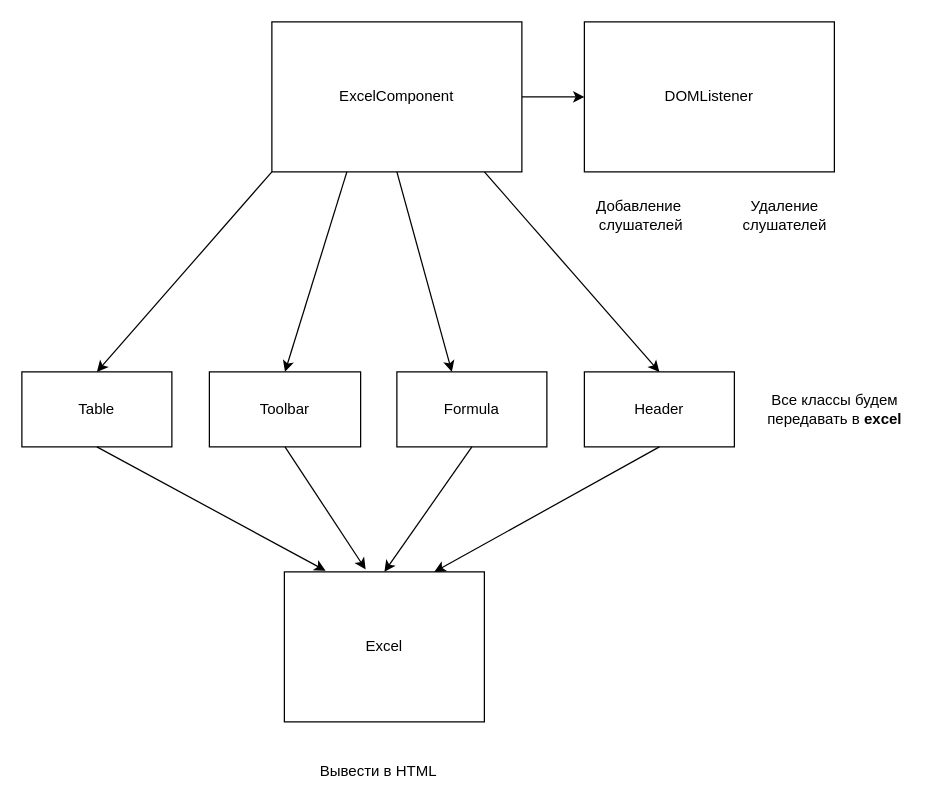
Earlier version of the draw.io diagram Untitled Diagram.drawio (alexdev5/js-vmpractice). Source tidied: cells renumbered, new cells numbered last; positions are measured from the earlier drawing's top-left corner, leaving out a move shared by most shapes. Both pictures are drawn from the tidied source at 125%, with x=0, y=0 at pixel (21, 21).
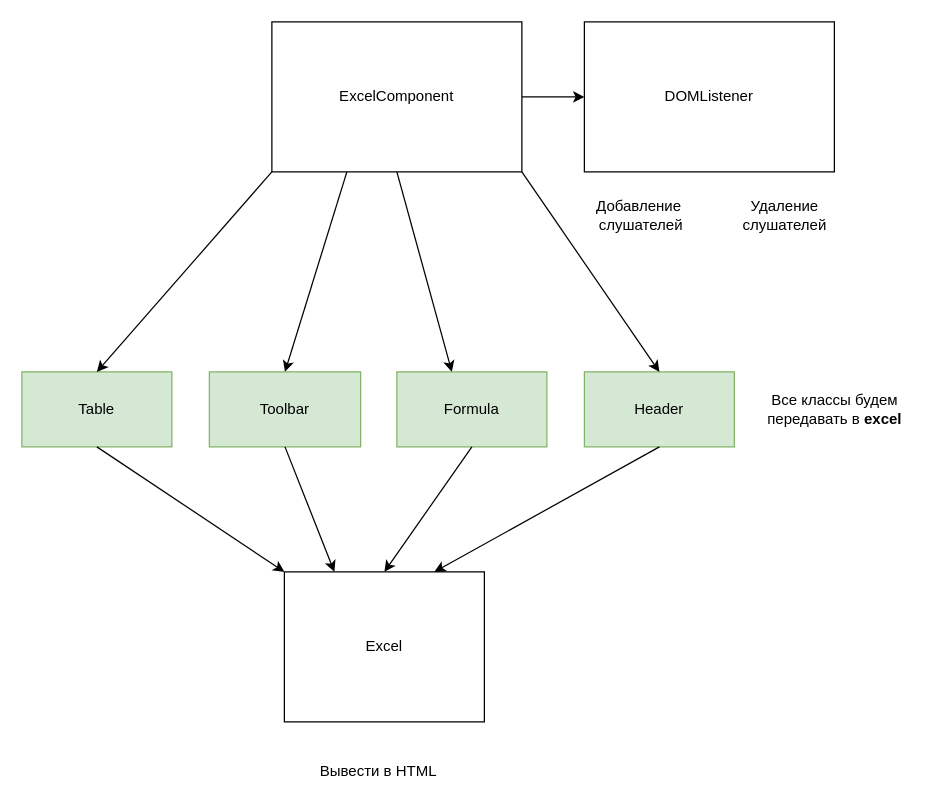
After the change.

The change refers to these unchanged cells:
```xml
<mxCell id="4" value="ExcelComponent" style="rounded=0;whiteSpace=wrap;html=1;shadow=0;sketch=0;glass=0;" parent="1" vertex="1">
  <mxGeometry x="200" width="200" height="120" as="geometry" />
</mxCell>
<mxCell id="15" value="Excel" style="rounded=0;whiteSpace=wrap;html=1;shadow=0;glass=0;sketch=0;align=center;" parent="1" vertex="1">
  <mxGeometry x="210" y="440" width="160" height="120" as="geometry" />
</mxCell>
```

What changed in the source:
```diff
@@
-    <mxCell id="7" value="Table" style="rounded=0;whiteSpace=wrap;html=1;shadow=0;glass=0;sketch=0;align=center;" parent="1" vertex="1">
+    <mxCell id="7" value="Table" style="rounded=0;whiteSpace=wrap;html=1;shadow=0;glass=0;sketch=0;align=center;fillColor=#d5e8d4;strokeColor=#82b366;" parent="1" vertex="1">
       <mxGeometry y="280" width="120" height="60" as="geometry" />
     </mxCell>
-    <mxCell id="8" value="Toolbar" style="rounded=0;whiteSpace=wrap;html=1;shadow=0;glass=0;sketch=0;align=center;" parent="1" vertex="1">
+    <mxCell id="8" value="Toolbar" style="rounded=0;whiteSpace=wrap;html=1;shadow=0;glass=0;sketch=0;align=center;fillColor=#d5e8d4;strokeColor=#82b366;" parent="1" vertex="1">
       <mxGeometry x="150" y="280" width="121" height="60" as="geometry" />
     </mxCell>
-    <mxCell id="9" value="Formula" style="rounded=0;whiteSpace=wrap;html=1;shadow=0;glass=0;sketch=0;align=center;" parent="1" vertex="1">
+    <mxCell id="9" value="Formula" style="rounded=0;whiteSpace=wrap;html=1;shadow=0;glass=0;sketch=0;align=center;fillColor=#d5e8d4;strokeColor=#82b366;" parent="1" vertex="1">
       <mxGeometry x="300" y="280" width="120" height="60" as="geometry" />
     </mxCell>
-    <mxCell id="10" value="Header" style="rounded=0;whiteSpace=wrap;html=1;shadow=0;glass=0;sketch=0;align=center;" parent="1" vertex="1">
+    <mxCell id="10" value="Header" style="rounded=0;whiteSpace=wrap;html=1;shadow=0;glass=0;sketch=0;align=center;fillColor=#d5e8d4;strokeColor=#82b366;" parent="1" vertex="1">
       <mxGeometry x="450" y="280" width="120" height="60" as="geometry" />
     </mxCell>
@@
-    <mxCell id="14" style="endArrow=classic;html=1;entryX=0.5;entryY=0;entryDx=0;entryDy=0;exitX=0.85;exitY=1;exitDx=0;exitDy=0;exitPerimeter=0;" parent="1" edge="1" source="4" target="10">
+    <mxCell id="14" style="endArrow=classic;html=1;entryX=0.5;entryY=0;entryDx=0;entryDy=0;exitX=1;exitY=1;exitDx=0;exitDy=0;" parent="1" edge="1" source="4" target="10">
       <mxGeometry relative="1" as="geometry" />
     </mxCell>
@@
-    <mxCell id="16" style="endArrow=classic;html=1;exitX=0.5;exitY=1;exitDx=0;exitDy=0;entryX=0.206;entryY=-0.008;entryDx=0;entryDy=0;entryPerimeter=0;" parent="1" edge="1" source="7" target="15">
+    <mxCell id="16" style="endArrow=classic;html=1;exitX=0.5;exitY=1;exitDx=0;exitDy=0;entryX=0;entryY=0;entryDx=0;entryDy=0;" parent="1" edge="1" source="7" target="15">
       <mxGeometry relative="1" as="geometry" />
     </mxCell>
@@
-    <mxCell id="18" style="endArrow=classic;html=1;exitX=0.5;exitY=1;exitDx=0;exitDy=0;" parent="1" edge="1" source="8">
-      <mxGeometry relative="1" as="geometry">
-        <mxPoint x="275" y="438" as="targetPoint" />
-      </mxGeometry>
+    <mxCell id="18" style="endArrow=classic;html=1;exitX=0.5;exitY=1;exitDx=0;exitDy=0;entryX=0.25;entryY=0;entryDx=0;entryDy=0;" parent="1" edge="1" source="8" target="15">
+      <mxGeometry relative="1" as="geometry" />
     </mxCell>
```
